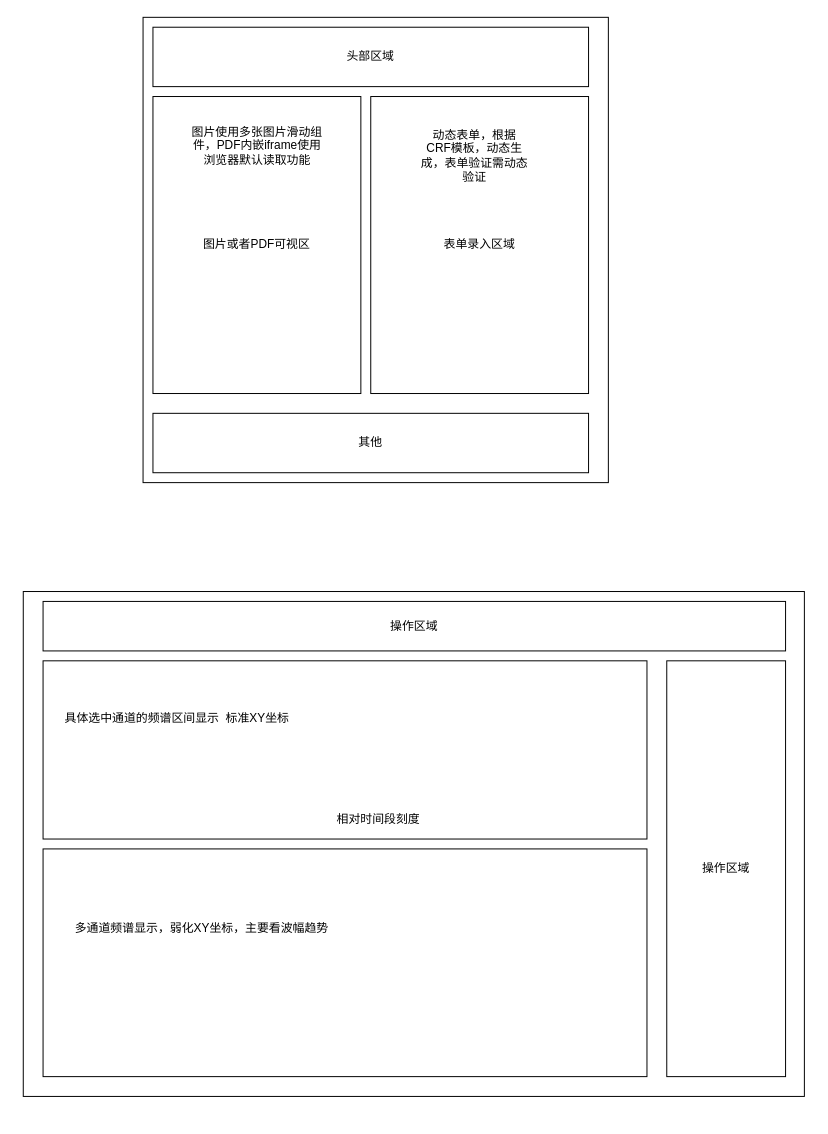
Earlier version of the draw.io diagram save/Untitled Diagram.drawio (chenweihan/UML). Source tidied: cells renumbered, new cells numbered last; positions are measured from the earlier drawing's top-left corner, leaving out a move shared by most shapes. Both pictures are drawn from the tidied source at 99%, with x=0, y=0 at pixel (23, 17).
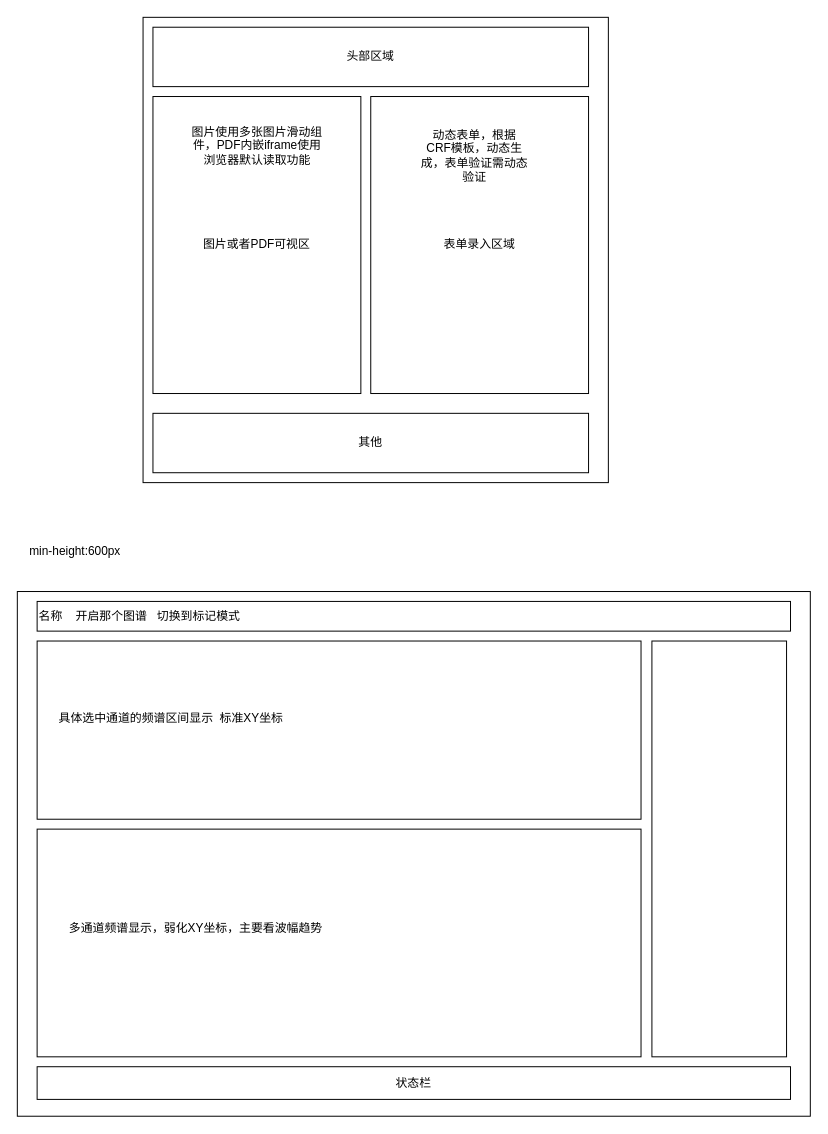
After the change.

Commit message:
更新标注编辑器界面布局.drawio

The edit, as a diff of the source:
```diff
@@
 <mxGraphModel>
   <root>
     <mxCell id="0" />
     <mxCell id="1" parent="0" />
     <mxCell id="2" style="whiteSpace=wrap;html=1;" parent="1" vertex="1">
       <mxGeometry x="121" width="470" height="470" as="geometry" />
     </mxCell>
     <mxCell id="3" value="图片或者PDF可视区" style="rounded=0;whiteSpace=wrap;html=1;" parent="1" vertex="1">
       <mxGeometry x="131" y="80" width="210" height="300" as="geometry" />
     </mxCell>
     <mxCell id="4" value="表单录入区域" style="rounded=0;whiteSpace=wrap;html=1;" parent="1" vertex="1">
       <mxGeometry x="351" y="80" width="220" height="300" as="geometry" />
     </mxCell>
     <mxCell id="5" value="头部区域" style="rounded=0;whiteSpace=wrap;html=1;" parent="1" vertex="1">
       <mxGeometry x="131" y="10" width="440" height="60" as="geometry" />
     </mxCell>
     <mxCell id="6" value="其他" style="rounded=0;whiteSpace=wrap;html=1;" parent="1" vertex="1">
       <mxGeometry x="131" y="400" width="440" height="60" as="geometry" />
     </mxCell>
     <mxCell id="7" value="图片使用多张图片滑动组件，PDF内嵌iframe使用浏览器默认读取功能" style="text;html=1;strokeColor=none;fillColor=none;align=center;verticalAlign=middle;whiteSpace=wrap;rounded=0;" parent="1" vertex="1">
       <mxGeometry x="165.5" y="100" width="141" height="60" as="geometry" />
     </mxCell>
     <mxCell id="8" value="动态表单，根据CRF模板，动态生成，表单验证需动态验证" style="text;html=1;strokeColor=none;fillColor=none;align=center;verticalAlign=middle;whiteSpace=wrap;rounded=0;" parent="1" vertex="1">
       <mxGeometry x="401" y="110" width="110" height="60" as="geometry" />
     </mxCell>
     <mxCell id="9" style="rounded=0;whiteSpace=wrap;html=1;" parent="1" vertex="1">
-      <mxGeometry y="580" width="789" height="510" as="geometry" />
+      <mxGeometry x="-6" y="580" width="801" height="530" as="geometry" />
     </mxCell>
     <mxCell id="10" style="rounded=0;whiteSpace=wrap;html=1;" parent="1" vertex="1">
-      <mxGeometry x="20" y="840" width="610" height="230" as="geometry" />
+      <mxGeometry x="14" y="820" width="610" height="230" as="geometry" />
     </mxCell>
     <mxCell id="11" value="多通道频谱显示，弱化XY坐标，主要看波幅趋势" style="text;html=1;strokeColor=none;fillColor=none;align=center;verticalAlign=middle;whiteSpace=wrap;rounded=0;" parent="1" vertex="1">
-      <mxGeometry x="40" y="910" width="281" height="20" as="geometry" />
+      <mxGeometry x="34" y="910" width="281" height="20" as="geometry" />
     </mxCell>
     <mxCell id="12" style="rounded=0;whiteSpace=wrap;html=1;" parent="1" vertex="1">
-      <mxGeometry x="20" y="650" width="610" height="180" as="geometry" />
+      <mxGeometry x="14" y="630" width="610" height="180" as="geometry" />
     </mxCell>
     <mxCell id="13" value="具体选中通道的频谱区间显示&amp;nbsp; 标准XY坐标" style="text;html=1;strokeColor=none;fillColor=none;align=center;verticalAlign=middle;whiteSpace=wrap;rounded=0;" parent="1" vertex="1">
-      <mxGeometry x="40" y="695" width="231" height="25" as="geometry" />
+      <mxGeometry x="34" y="695" width="231" height="25" as="geometry" />
     </mxCell>
-    <mxCell id="14" value="操作区域" style="rounded=0;whiteSpace=wrap;html=1;" parent="1" vertex="1">
-      <mxGeometry x="650" y="650" width="120" height="420" as="geometry" />
-    </mxCell>
-    <mxCell id="15" value="操作区域" style="rounded=0;whiteSpace=wrap;html=1;" parent="1" vertex="1">
-      <mxGeometry x="20" y="590" width="750" height="50" as="geometry" />
+    <mxCell id="15" value="名称&amp;nbsp; &amp;nbsp; 开启那个图谱&amp;nbsp; &amp;nbsp;切换到标记模式" style="rounded=0;whiteSpace=wrap;html=1;align=left;" parent="1" vertex="1">
+      <mxGeometry x="14" y="590" width="761" height="30" as="geometry" />
     </mxCell>
-    <mxCell id="16" value="相对时间段刻度" style="text;html=1;strokeColor=none;fillColor=none;align=center;verticalAlign=middle;whiteSpace=wrap;rounded=0;" parent="1" vertex="1">
-      <mxGeometry x="306.5" y="800" width="104" height="20" as="geometry" />
-    </mxCell>
+    <mxCell id="17" value="状态栏" style="rounded=0;whiteSpace=wrap;html=1;" parent="1" vertex="1">
+      <mxGeometry x="14" y="1060" width="761" height="33" as="geometry" />
+    </mxCell>
+    <mxCell id="18" style="rounded=0;whiteSpace=wrap;html=1;" parent="1" vertex="1">
+      <mxGeometry x="635" y="630" width="136" height="420" as="geometry" />
+    </mxCell>
+    <mxCell id="19" value="min-height:600px" style="text;html=1;strokeColor=none;fillColor=none;align=center;verticalAlign=middle;whiteSpace=wrap;rounded=0;" parent="1" vertex="1">
+      <mxGeometry x="-6" y="520" width="117" height="40" as="geometry" />
+    </mxCell>
   </root>
 </mxGraphModel>
```
